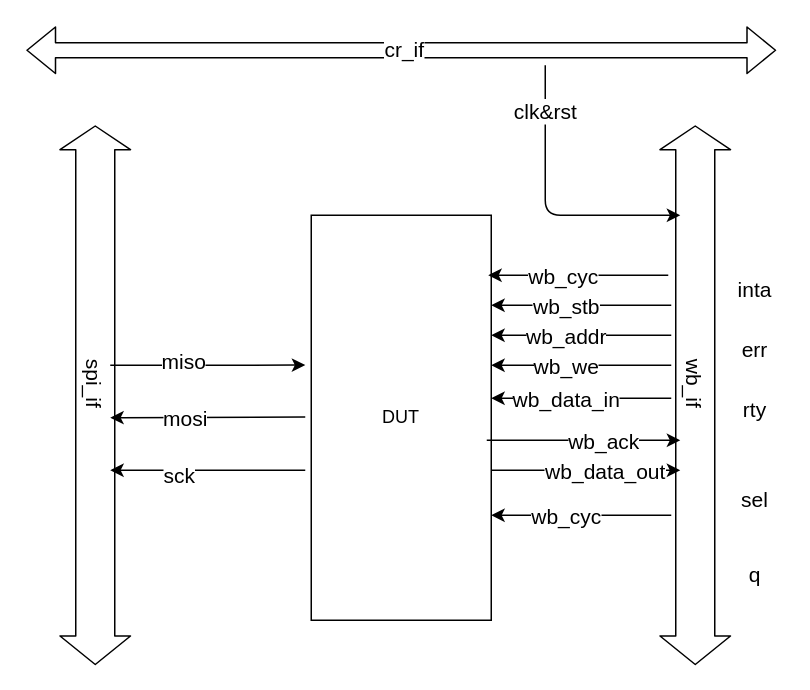
Earlier version of the draw.io diagram wb2spi/wb2spi测试框架图.drawio (ghr12345/firsttest). Source tidied: cells renumbered, new cells numbered last; positions are measured from the earlier drawing's top-left corner, leaving out a move shared by most shapes. Both pictures are drawn from the tidied source at 150%, with x=0, y=0 at pixel (26, 50).
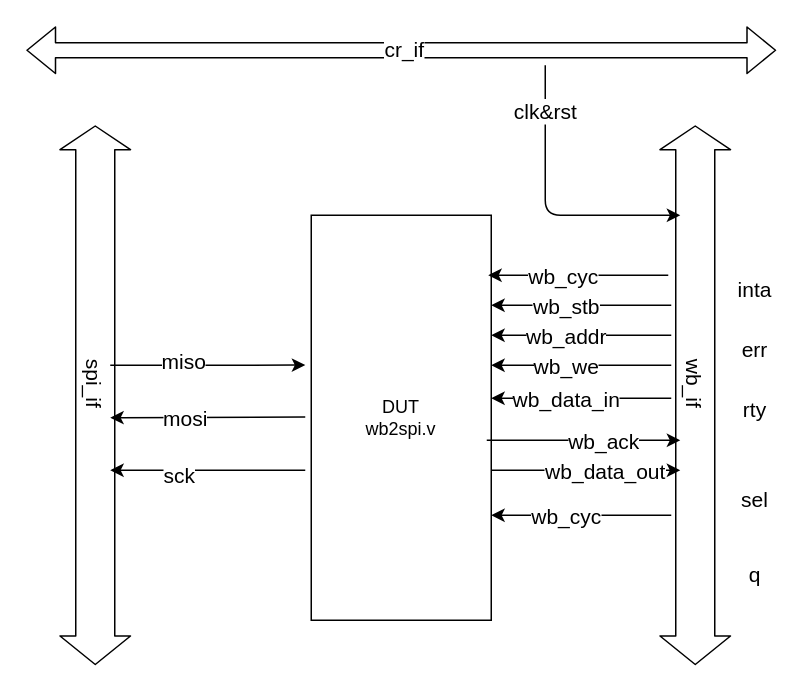
The same diagram, later.

Commit message:
更新wb2spi测试框架图.drawio

What changed in the source:
```diff
@@
-    <mxCell id="2" value="DUT" style="rounded=0;whiteSpace=wrap;html=1;" parent="1" vertex="1">
+    <mxCell id="2" value="DUT&lt;br&gt;wb2spi.v" style="rounded=0;whiteSpace=wrap;html=1;" parent="1" vertex="1">
       <mxGeometry x="190" y="110" width="120" height="270" as="geometry" />
     </mxCell>
```
